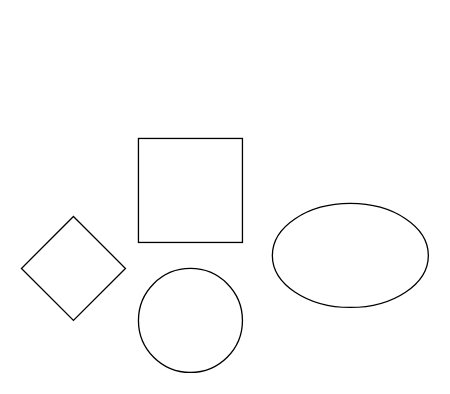
Earlier version of the draw.io diagram 未命名表单.drawio (ymm97/draw). Source tidied: cells renumbered, new cells numbered last; positions are measured from the earlier drawing's top-left corner, leaving out a move shared by most shapes. Both pictures are drawn from the tidied source at 130%, with x=0, y=0 at pixel (21, 138).
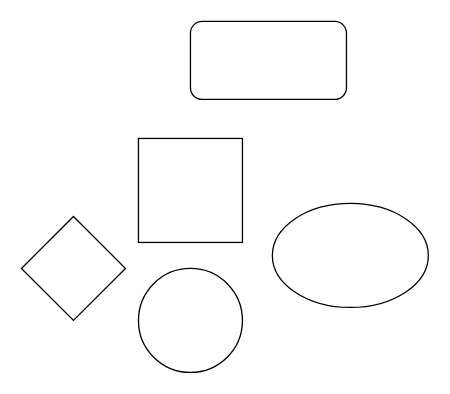
Above is the later version.

Commit message:
更新未命名表单.drawio

Change to the diagram source:
```diff
@@
 <mxGraphModel>
   <root>
     <mxCell id="0" />
     <mxCell id="1" parent="0" />
     <mxCell id="2" style="whiteSpace=wrap;html=1;" parent="1" vertex="1">
       <mxGeometry x="90" width="80" height="80" as="geometry" />
     </mxCell>
     <mxCell id="3" style="ellipse;whiteSpace=wrap;html=1;" parent="1" vertex="1">
       <mxGeometry x="90" y="100" width="80" height="80" as="geometry" />
     </mxCell>
     <mxCell id="4" style="ellipse;whiteSpace=wrap;html=1;" parent="1" vertex="1">
       <mxGeometry x="193" y="50" width="120" height="80" as="geometry" />
     </mxCell>
     <mxCell id="5" style="rhombus;whiteSpace=wrap;html=1;" parent="1" vertex="1">
       <mxGeometry y="60" width="80" height="80" as="geometry" />
     </mxCell>
+    <mxCell id="6" style="rounded=1;whiteSpace=wrap;html=1;" parent="1" vertex="1">
+      <mxGeometry x="130" y="-90" width="120" height="60" as="geometry" />
+    </mxCell>
   </root>
 </mxGraphModel>
```
